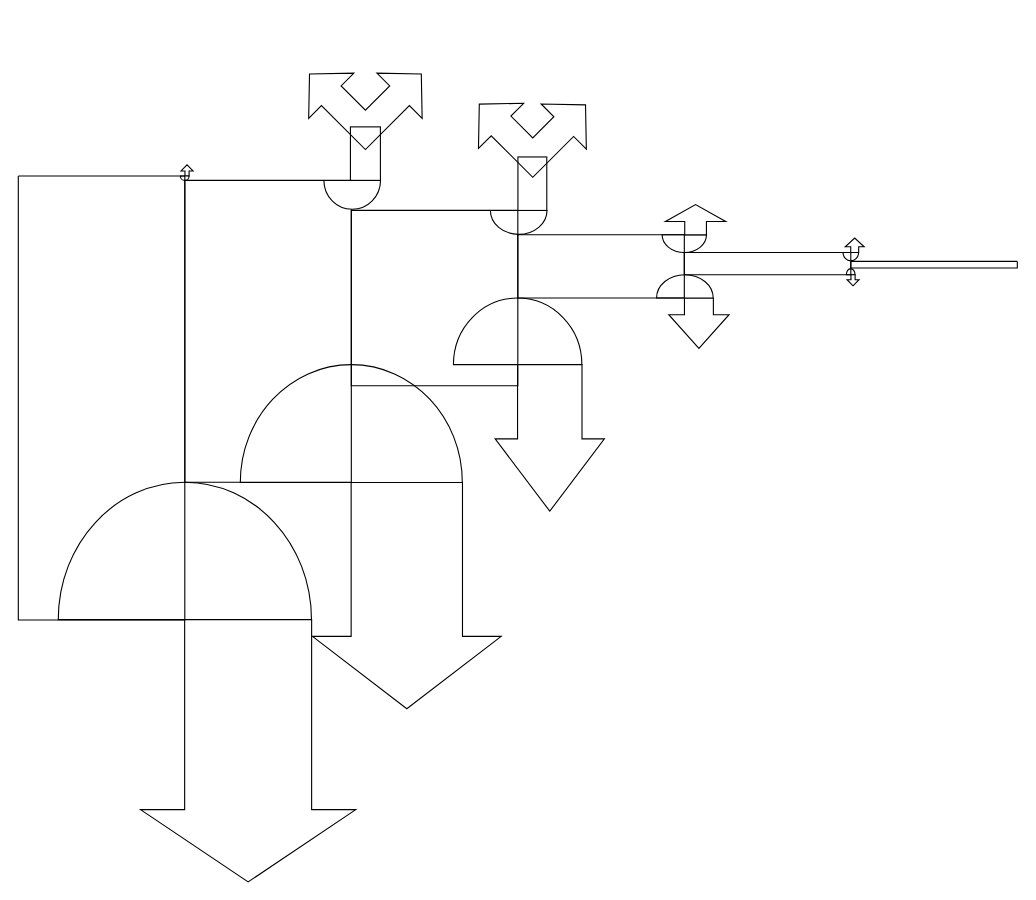
Above: Untitled Diagram.drawio in gennacampain/RProjects (draw.io), before the change. Source tidied: cells renumbered, new cells numbered last; positions are measured from the earlier drawing's top-left corner, leaving out a move shared by most shapes. Both pictures are drawn from the tidied source at 111%, with x=0, y=0 at pixel (18, 18).
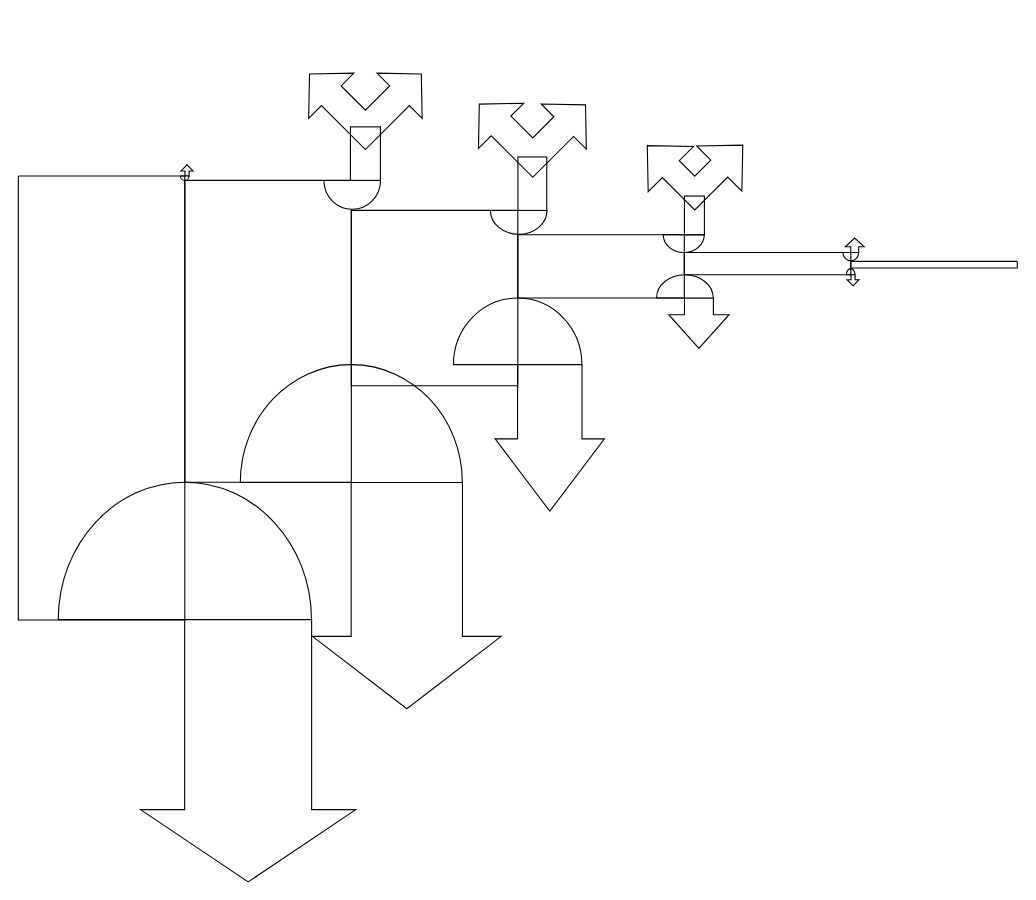
After the change.

Diff of the diagram source:
```diff
@@
+    <mxCell id="5" style="verticalLabelPosition=bottom;verticalAlign=top;html=1;shape=mxgraph.basic.half_circle;flipV=1;rotation=-180;" parent="1" vertex="1">
+      <mxGeometry x="581" y="195" width="37" height="16" as="geometry" />
+    </mxCell>
@@
-    <mxCell id="4" style="group;" parent="1" vertex="1">
-      <mxGeometry x="570" y="142.5" width="65.3" height="68.5" as="geometry" />
-    </mxCell>
-    <mxCell id="5" style="verticalLabelPosition=bottom;verticalAlign=top;html=1;shape=mxgraph.basic.half_circle;flipV=1;rotation=-180;" parent="4" vertex="1">
-      <mxGeometry x="10" y="52.5" width="40" height="16" as="geometry" />
-    </mxCell>
-    <mxCell id="6" style="group;rotation=-180;flipH=1;" parent="4" vertex="1">
-      <mxGeometry width="65.3" height="40" as="geometry" />
-    </mxCell>
-    <mxCell id="7" style="html=1;shadow=0;dashed=0;align=center;verticalAlign=middle;shape=mxgraph.arrows2.arrow;dy=0.64;dx=15.28;direction=south;notch=0;rotation=-180;" parent="6" vertex="1">
-      <mxGeometry x="13" y="25.3" width="54.3" height="27.3" as="geometry" />
-    </mxCell>
@@
+    <mxCell id="41" style="rounded=0;whiteSpace=wrap;html=1;rotation=-90;fillColor=none;" parent="1" vertex="1">
+      <mxGeometry x="591.6" y="168.6" width="35" height="18" as="geometry" />
+    </mxCell>
+    <mxCell id="42" style="html=1;shadow=0;dashed=0;align=center;verticalAlign=middle;shape=mxgraph.arrows2.bendDoubleArrow;dy=10.76;dx=29.98;arrowHead=57.58;rounded=0;rotation=225;fillColor=none;gradientColor=default;" parent="1" vertex="1">
+      <mxGeometry x="565" y="89.8" width="89.3" height="90" as="geometry" />
+    </mxCell>
```
